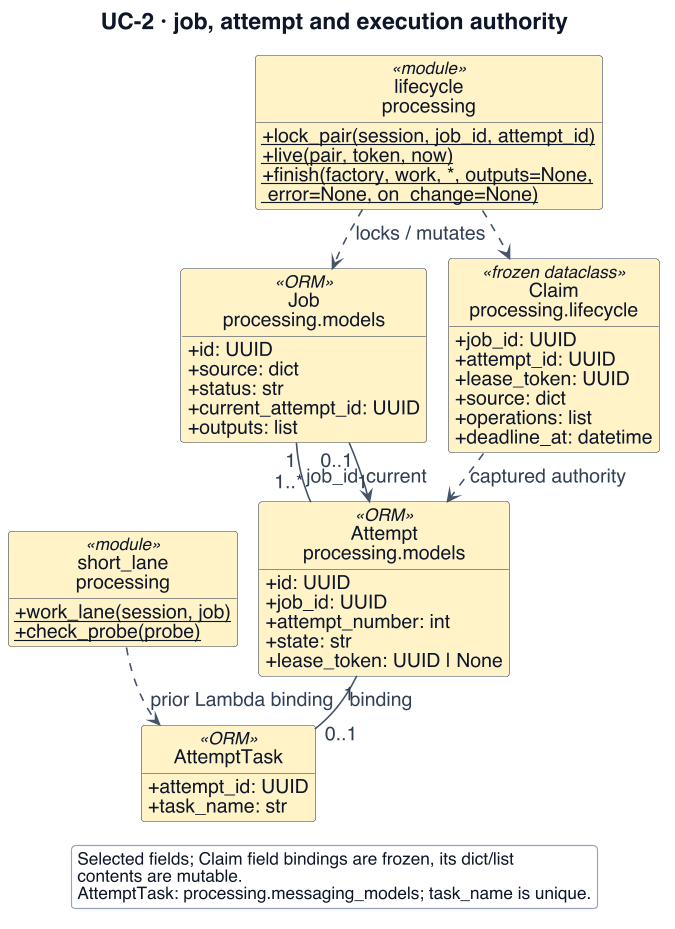
The PlantUML diagram project-documentation/final-report/figures/uc2-design-class.png in Collaboration95/dc2, before a commit. The source it was exported from:
```plantuml
@startuml
!include _style.iuml
skinparam dpi 110
skinparam defaultFontSize 18
skinparam ArrowFontSize 17
skinparam ClassAttributeFontSize 17
skinparam ClassStereotypeFontSize 15
skinparam NoteFontSize 16
skinparam LegendFontSize 15
skinparam titleFontSize 20
skinparam classAttributeIconSize 0
skinparam maxMessageSize 165
skinparam nodesep 18
skinparam ranksep 24
hide footbox
hide circle
title UC-2 · job, attempt and execution authority
top to bottom direction
class "Job\nprocessing.models" as J <<ORM>> $PROC {
 + id: UUID
 + source: dict
 + status: str
 + current_attempt_id: UUID
 + outputs: list
}
class "Attempt\nprocessing.models" as A <<ORM>> $PROC {
 + id: UUID
 + job_id: UUID
 + attempt_number: int
 + state: str
 + lease_token: UUID | None
}
class "Claim\nprocessing.lifecycle" as C <<frozen dataclass>> $PROC {
 + job_id: UUID
 + attempt_id: UUID
 + lease_token: UUID
 + source: dict
 + operations: list
 + deadline_at: datetime
}
class "AttemptTask" as T <<ORM>> $PROC {
 + attempt_id: UUID
 + task_name: str
}
class "lifecycle\nprocessing" as L <<module>> $PROC {
 {static} + lock_pair(session, job_id, attempt_id)
 {static} + live(pair, token, now)
 {static} + finish(factory, work, *, outputs=None,\n error=None, on_change=None)
}
class "short_lane\nprocessing" as S <<module>> $PROC {
 {static} + work_lane(session, job)
 {static} + check_probe(probe)
}
J "1" -- "1..*" A : job_id
J "0..1" --> "1" A : current
A "1" -- "0..1" T : binding
C ..> A : captured authority
L ..> C
L ..> J : locks / mutates
S ..> T : prior Lambda binding
legend bottom
Selected fields; Claim field bindings are frozen, its dict/list
contents are mutable.
AttemptTask: processing.messaging_models; task_name is unique.
endlegend
@enduml
```
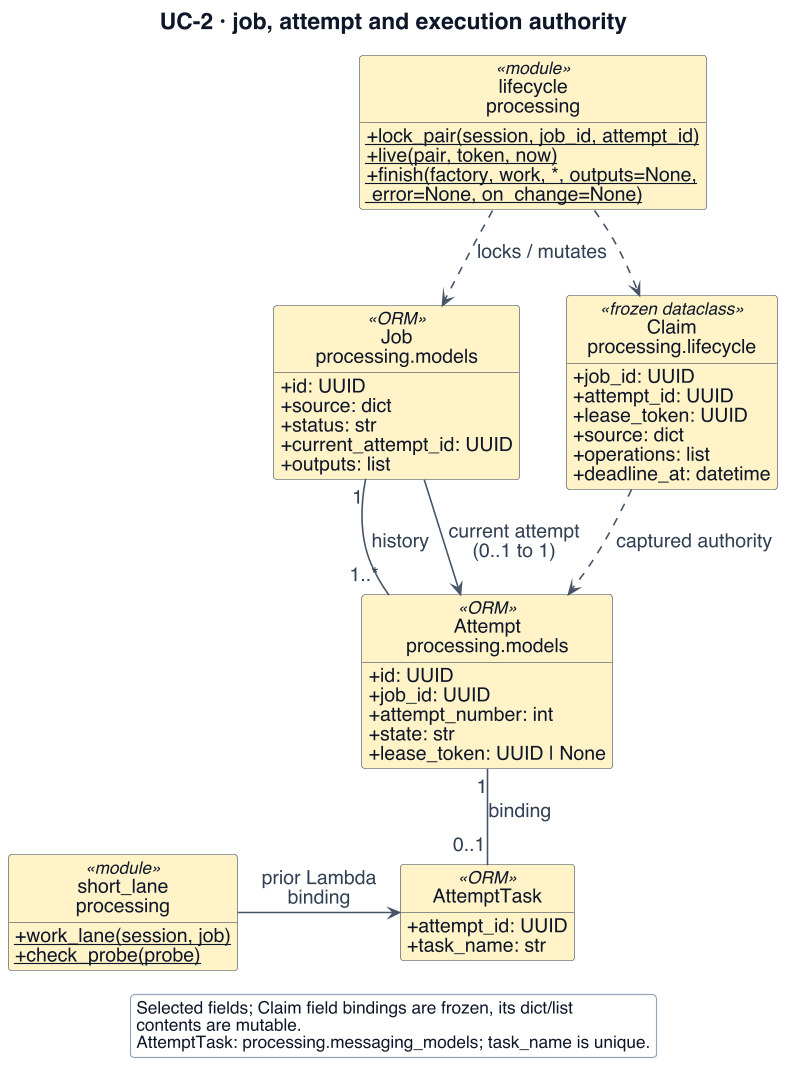
The same diagram one commit later.

Change to the diagram source:
```diff
@@ -10,8 +10,8 @@
 skinparam titleFontSize 20
 skinparam classAttributeIconSize 0
 skinparam maxMessageSize 165
-skinparam nodesep 18
-skinparam ranksep 24
+skinparam nodesep 40
+skinparam ranksep 56
 hide footbox
 hide circle
 title UC-2 · job, attempt and execution authority
@@ -51,13 +51,13 @@
  {static} + work_lane(session, job)
  {static} + check_probe(probe)
 }
-J "1" -- "1..*" A : job_id
-J "0..1" --> "1" A : current
-A "1" -- "0..1" T : binding
+J "1" -down- "1..*" A : history
+J -down-> A : current attempt\n(0..1 to 1)
+A "1" -down- "0..1" T : binding
 C ..> A : captured authority
 L ..> C
 L ..> J : locks / mutates
-S ..> T : prior Lambda binding
+S -right-> T : prior Lambda\nbinding
 legend bottom
 Selected fields; Claim field bindings are frozen, its dict/list
 contents are mutable.
```
